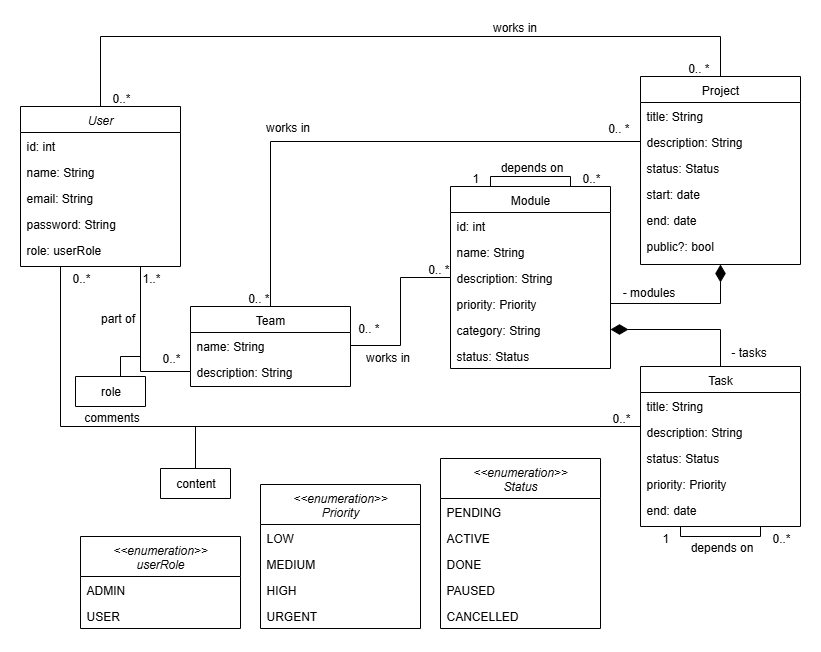
The draw.io diagram UML.png in djg16-ua/dss-julio, before a commit. Source tidied: cells renumbered, new cells last; positions are measured from the earlier drawing's top-left corner, leaving out a move shared by most shapes. Source of this version:
```xml
<mxGraphModel>
  <root>
    <mxCell id="0" />
    <mxCell id="1" parent="0" />
    <mxCell id="2" style="edgeStyle=orthogonalEdgeStyle;rounded=0;jettySize=auto;html=1;entryX=0;entryY=0.5;entryDx=0;entryDy=0;endArrow=none;endFill=0;endSize=15;startFill=0;exitX=0.75;exitY=1;exitDx=0;exitDy=0;" parent="1" edge="1" source="3" target="13">
      <mxGeometry relative="1" as="geometry" />
    </mxCell>
    <mxCell id="3" value="User" style="swimlane;fontStyle=2;align=center;verticalAlign=top;horizontal=1;startSize=26;rounded=0;shadow=0;strokeWidth=1;" parent="1" vertex="1">
      <mxGeometry y="70" width="160" height="160" as="geometry" />
    </mxCell>
    <mxCell id="4" value="id: int" style="text;align=left;verticalAlign=top;spacingLeft=4;spacingRight=4;overflow=hidden;" parent="3" vertex="1">
      <mxGeometry y="26" width="160" height="26" as="geometry" />
    </mxCell>
    <mxCell id="5" value="name: String" style="text;align=left;verticalAlign=top;spacingLeft=4;spacingRight=4;overflow=hidden;rounded=0;shadow=0;html=0;" parent="3" vertex="1">
      <mxGeometry y="52" width="160" height="26" as="geometry" />
    </mxCell>
    <mxCell id="6" value="email: String" style="text;align=left;verticalAlign=top;spacingLeft=4;spacingRight=4;overflow=hidden;rounded=0;shadow=0;html=0;" parent="3" vertex="1">
      <mxGeometry y="78" width="160" height="26" as="geometry" />
    </mxCell>
    <mxCell id="7" value="password: String" style="text;align=left;verticalAlign=top;spacingLeft=4;spacingRight=4;overflow=hidden;" parent="3" vertex="1">
      <mxGeometry y="104" width="160" height="26" as="geometry" />
    </mxCell>
    <mxCell id="8" value="role: userRole" style="text;align=left;verticalAlign=top;spacingLeft=4;spacingRight=4;overflow=hidden;" parent="3" vertex="1">
      <mxGeometry y="130" width="160" height="26" as="geometry" />
    </mxCell>
    <mxCell id="9" style="edgeStyle=orthogonalEdgeStyle;rounded=0;jettySize=auto;html=1;exitX=1;exitY=0.5;exitDx=0;exitDy=0;endArrow=none;startFill=0;entryX=0;entryY=0.5;entryDx=0;entryDy=0;" parent="1" edge="1" source="12" target="65">
      <mxGeometry relative="1" as="geometry" />
    </mxCell>
    <mxCell id="10" style="edgeStyle=orthogonalEdgeStyle;rounded=0;jettySize=auto;html=1;entryX=0;entryY=0.5;entryDx=0;entryDy=0;endArrow=none;startFill=0;" parent="1" edge="1" source="11" target="16">
      <mxGeometry relative="1" as="geometry" />
    </mxCell>
    <mxCell id="11" value="Team" style="swimlane;fontStyle=0;align=center;verticalAlign=top;horizontal=1;startSize=26;rounded=0;shadow=0;strokeWidth=1;" parent="1" vertex="1">
      <mxGeometry x="170" y="270" width="160" height="80" as="geometry" />
    </mxCell>
    <mxCell id="12" value="name: String" style="text;align=left;verticalAlign=top;spacingLeft=4;spacingRight=4;overflow=hidden;points=[[0,0.5],[1,0.5]];portConstraint=eastwest;" parent="11" vertex="1">
      <mxGeometry y="26" width="160" height="26" as="geometry" />
    </mxCell>
    <mxCell id="13" value="description: String" style="text;align=left;verticalAlign=top;spacingLeft=4;spacingRight=4;overflow=hidden;points=[[0,0.5],[1,0.5]];portConstraint=eastwest;rounded=0;shadow=0;html=0;" parent="11" vertex="1">
      <mxGeometry y="52" width="160" height="26" as="geometry" />
    </mxCell>
    <mxCell id="14" value="Project" style="swimlane;fontStyle=0;align=center;verticalAlign=top;horizontal=1;startSize=26;rounded=0;shadow=0;strokeWidth=1;" parent="1" vertex="1">
      <mxGeometry x="620" y="40" width="160" height="188" as="geometry" />
    </mxCell>
    <mxCell id="15" value="title: String" style="text;align=left;verticalAlign=top;spacingLeft=4;spacingRight=4;overflow=hidden;" parent="14" vertex="1">
      <mxGeometry y="26" width="160" height="26" as="geometry" />
    </mxCell>
    <mxCell id="16" value="description: String" style="text;align=left;verticalAlign=top;spacingLeft=4;spacingRight=4;overflow=hidden;points=[[0,0.5],[1,0.5]];portConstraint=eastwest;rounded=0;shadow=0;html=0;" parent="14" vertex="1">
      <mxGeometry y="52" width="160" height="26" as="geometry" />
    </mxCell>
    <mxCell id="17" value="status: Status" style="text;align=left;verticalAlign=top;spacingLeft=4;spacingRight=4;overflow=hidden;rounded=0;shadow=0;html=0;" parent="14" vertex="1">
      <mxGeometry y="78" width="160" height="26" as="geometry" />
    </mxCell>
    <mxCell id="18" value="start: date" style="text;align=left;verticalAlign=top;spacingLeft=4;spacingRight=4;overflow=hidden;rounded=0;shadow=0;html=0;" parent="14" vertex="1">
      <mxGeometry y="104" width="160" height="26" as="geometry" />
    </mxCell>
    <mxCell id="19" value="end: date" style="text;align=left;verticalAlign=top;spacingLeft=4;spacingRight=4;overflow=hidden;rounded=0;shadow=0;html=0;" parent="14" vertex="1">
      <mxGeometry y="130" width="160" height="26" as="geometry" />
    </mxCell>
    <mxCell id="20" value="public?: bool" style="text;align=left;verticalAlign=top;spacingLeft=4;spacingRight=4;overflow=hidden;rounded=0;shadow=0;html=0;" parent="14" vertex="1">
      <mxGeometry y="156" width="160" height="26" as="geometry" />
    </mxCell>
    <mxCell id="21" style="endArrow=none;shadow=0;strokeWidth=1;rounded=0;curved=0;endFill=1;edgeStyle=elbowEdgeStyle;elbow=vertical;exitX=0.5;exitY=0;exitDx=0;exitDy=0;entryX=0.5;entryY=0;entryDx=0;entryDy=0;startFill=0;" parent="1" edge="1" source="3" target="14">
      <mxGeometry x="0.5" y="41" relative="1" as="geometry">
        <Array as="points">
          <mxPoint x="400" />
        </Array>
        <mxPoint x="-40" y="32" as="offset" />
      </mxGeometry>
    </mxCell>
    <mxCell id="22" value="0..*" style="align=left;verticalAlign=bottom;labelBackgroundColor=none;fontSize=12;" parent="21" vertex="1">
      <mxGeometry x="-1" relative="1" as="geometry">
        <mxPoint x="10" as="offset" />
      </mxGeometry>
    </mxCell>
    <mxCell id="23" value="0.. *" style="align=right;verticalAlign=bottom;labelBackgroundColor=none;fontSize=12;" parent="21" vertex="1">
      <mxGeometry x="1" relative="1" as="geometry">
        <mxPoint x="-10" as="offset" />
      </mxGeometry>
    </mxCell>
    <mxCell id="24" value="works in" style="text;html=1;align=center;verticalAlign=middle;labelBackgroundColor=none;rounded=0;shadow=0;strokeWidth=1;fontSize=12;" parent="21" vertex="1">
      <mxGeometry x="0.5" y="49" relative="1" as="geometry">
        <mxPoint x="-65" y="39" as="offset" />
      </mxGeometry>
    </mxCell>
    <mxCell id="25" value="&lt;&lt;enumeration&gt;&gt;&#10;userRole" style="swimlane;fontStyle=2;align=center;verticalAlign=top;horizontal=1;startSize=40;rounded=0;shadow=0;strokeWidth=1;" parent="1" vertex="1">
      <mxGeometry x="60" y="500" width="160" height="92" as="geometry" />
    </mxCell>
    <mxCell id="26" value="ADMIN" style="text;align=left;verticalAlign=top;spacingLeft=4;spacingRight=4;overflow=hidden;" parent="25" vertex="1">
      <mxGeometry y="40" width="160" height="26" as="geometry" />
    </mxCell>
    <mxCell id="27" value="USER" style="text;align=left;verticalAlign=top;spacingLeft=4;spacingRight=4;overflow=hidden;rounded=0;shadow=0;html=0;" parent="25" vertex="1">
      <mxGeometry y="66" width="160" height="26" as="geometry" />
    </mxCell>
    <mxCell id="28" value="&lt;&lt;enumeration&gt;&gt;&#10;Status" style="swimlane;fontStyle=2;align=center;verticalAlign=top;horizontal=1;startSize=40;rounded=0;shadow=0;strokeWidth=1;" parent="1" vertex="1">
      <mxGeometry x="420" y="422" width="160" height="170" as="geometry" />
    </mxCell>
    <mxCell id="29" value="PENDING" style="text;align=left;verticalAlign=top;spacingLeft=4;spacingRight=4;overflow=hidden;" parent="28" vertex="1">
      <mxGeometry y="40" width="160" height="26" as="geometry" />
    </mxCell>
    <mxCell id="30" value="ACTIVE" style="text;align=left;verticalAlign=top;spacingLeft=4;spacingRight=4;overflow=hidden;rounded=0;shadow=0;html=0;" parent="28" vertex="1">
      <mxGeometry y="66" width="160" height="26" as="geometry" />
    </mxCell>
    <mxCell id="31" value="DONE" style="text;align=left;verticalAlign=top;spacingLeft=4;spacingRight=4;overflow=hidden;rounded=0;shadow=0;html=0;" parent="28" vertex="1">
      <mxGeometry y="92" width="160" height="26" as="geometry" />
    </mxCell>
    <mxCell id="32" value="PAUSED" style="text;align=left;verticalAlign=top;spacingLeft=4;spacingRight=4;overflow=hidden;rounded=0;shadow=0;html=0;" parent="28" vertex="1">
      <mxGeometry y="118" width="160" height="26" as="geometry" />
    </mxCell>
    <mxCell id="33" value="CANCELLED" style="text;align=left;verticalAlign=top;spacingLeft=4;spacingRight=4;overflow=hidden;rounded=0;shadow=0;html=0;" parent="28" vertex="1">
      <mxGeometry y="144" width="160" height="26" as="geometry" />
    </mxCell>
    <mxCell id="34" style="edgeStyle=orthogonalEdgeStyle;rounded=0;jettySize=auto;html=1;entryX=1;entryY=0.5;entryDx=0;entryDy=0;endArrow=diamondThin;endFill=1;jumpSize=6;endSize=15;" parent="1" edge="1" source="36" target="67">
      <mxGeometry relative="1" as="geometry" />
    </mxCell>
    <mxCell id="35" style="edgeStyle=orthogonalEdgeStyle;rounded=0;orthogonalLoop=1;jettySize=auto;html=1;exitX=0.25;exitY=1;exitDx=0;exitDy=0;entryX=0.75;entryY=1;entryDx=0;entryDy=0;endArrow=none;startFill=0;" parent="1" edge="1" source="36" target="36">
      <mxGeometry relative="1" as="geometry">
        <Array as="points">
          <mxPoint x="660" y="500" />
          <mxPoint x="740" y="500" />
        </Array>
      </mxGeometry>
    </mxCell>
    <mxCell id="36" value="Task" style="swimlane;fontStyle=0;align=center;verticalAlign=top;horizontal=1;startSize=26;rounded=0;shadow=0;strokeWidth=1;" parent="1" vertex="1">
      <mxGeometry x="620" y="330" width="160" height="160" as="geometry" />
    </mxCell>
    <mxCell id="37" value="title: String" style="text;align=left;verticalAlign=top;spacingLeft=4;spacingRight=4;overflow=hidden;points=[[0,0.5],[1,0.5]];portConstraint=eastwest;" parent="36" vertex="1">
      <mxGeometry y="26" width="160" height="26" as="geometry" />
    </mxCell>
    <mxCell id="38" value="description: String" style="text;align=left;verticalAlign=top;spacingLeft=4;spacingRight=4;overflow=hidden;rounded=0;shadow=0;html=0;" parent="36" vertex="1">
      <mxGeometry y="52" width="160" height="26" as="geometry" />
    </mxCell>
    <mxCell id="39" value="status: Status" style="text;align=left;verticalAlign=top;spacingLeft=4;spacingRight=4;overflow=hidden;rounded=0;shadow=0;html=0;" parent="36" vertex="1">
      <mxGeometry y="78" width="160" height="26" as="geometry" />
    </mxCell>
    <mxCell id="40" value="priority: Priority" style="text;align=left;verticalAlign=top;spacingLeft=4;spacingRight=4;overflow=hidden;rounded=0;shadow=0;html=0;" parent="36" vertex="1">
      <mxGeometry y="104" width="160" height="26" as="geometry" />
    </mxCell>
    <mxCell id="41" value="end: date" style="text;align=left;verticalAlign=top;spacingLeft=4;spacingRight=4;overflow=hidden;rounded=0;shadow=0;html=0;" parent="36" vertex="1">
      <mxGeometry y="130" width="160" height="26" as="geometry" />
    </mxCell>
    <mxCell id="42" value="&lt;&lt;enumeration&gt;&gt;&#10;Priority" style="swimlane;fontStyle=2;align=center;verticalAlign=top;horizontal=1;startSize=40;rounded=0;shadow=0;strokeWidth=1;" parent="1" vertex="1">
      <mxGeometry x="240" y="448" width="160" height="144" as="geometry" />
    </mxCell>
    <mxCell id="43" value="LOW" style="text;align=left;verticalAlign=top;spacingLeft=4;spacingRight=4;overflow=hidden;" parent="42" vertex="1">
      <mxGeometry y="40" width="160" height="26" as="geometry" />
    </mxCell>
    <mxCell id="44" value="MEDIUM" style="text;align=left;verticalAlign=top;spacingLeft=4;spacingRight=4;overflow=hidden;rounded=0;shadow=0;html=0;" parent="42" vertex="1">
      <mxGeometry y="66" width="160" height="26" as="geometry" />
    </mxCell>
    <mxCell id="45" value="HIGH" style="text;align=left;verticalAlign=top;spacingLeft=4;spacingRight=4;overflow=hidden;rounded=0;shadow=0;html=0;" parent="42" vertex="1">
      <mxGeometry y="92" width="160" height="26" as="geometry" />
    </mxCell>
    <mxCell id="46" value="URGENT" style="text;align=left;verticalAlign=top;spacingLeft=4;spacingRight=4;overflow=hidden;rounded=0;shadow=0;html=0;" parent="42" vertex="1">
      <mxGeometry y="118" width="160" height="26" as="geometry" />
    </mxCell>
    <mxCell id="47" value="part of" style="text;html=1;align=center;verticalAlign=middle;labelBackgroundColor=none;rounded=0;shadow=0;strokeWidth=1;fontSize=12;" parent="1" vertex="1">
      <mxGeometry x="90" y="280" as="geometry">
        <mxPoint x="6" y="2" as="offset" />
      </mxGeometry>
    </mxCell>
    <mxCell id="48" value="works in" style="text;html=1;align=center;verticalAlign=middle;labelBackgroundColor=none;rounded=0;shadow=0;strokeWidth=1;fontSize=12;" parent="1" vertex="1">
      <mxGeometry x="360" y="320" as="geometry">
        <mxPoint x="6" y="1" as="offset" />
      </mxGeometry>
    </mxCell>
    <mxCell id="49" value="0..*" style="align=left;verticalAlign=bottom;labelBackgroundColor=none;fontSize=12;direction=west;" parent="1" vertex="1">
      <mxGeometry x="140" y="330" as="geometry" />
    </mxCell>
    <mxCell id="50" value="1..*" style="align=left;verticalAlign=bottom;labelBackgroundColor=none;fontSize=12;direction=west;" parent="1" vertex="1">
      <mxGeometry x="120" y="250" as="geometry" />
    </mxCell>
    <mxCell id="51" value="0.. *" style="align=right;verticalAlign=bottom;labelBackgroundColor=none;fontSize=12;" parent="1" vertex="1">
      <mxGeometry x="430" y="241" as="geometry" />
    </mxCell>
    <mxCell id="52" value="0.. *" style="align=right;verticalAlign=bottom;labelBackgroundColor=none;fontSize=12;" parent="1" vertex="1">
      <mxGeometry x="360" y="300" as="geometry" />
    </mxCell>
    <mxCell id="53" style="edgeStyle=orthogonalEdgeStyle;rounded=0;jettySize=auto;html=1;exitX=0.25;exitY=1;exitDx=0;exitDy=0;endArrow=none;startFill=0;entryX=0;entryY=0.5;entryDx=0;entryDy=0;" parent="1" edge="1" source="3" target="37">
      <mxGeometry relative="1" as="geometry">
        <Array as="points">
          <mxPoint x="40" y="390" />
          <mxPoint x="620" y="390" />
        </Array>
      </mxGeometry>
    </mxCell>
    <mxCell id="54" value="0..*" style="align=left;verticalAlign=bottom;labelBackgroundColor=none;fontSize=12;" parent="1" vertex="1">
      <mxGeometry x="50" y="250" as="geometry" />
    </mxCell>
    <mxCell id="55" value="0..*" style="align=left;verticalAlign=bottom;labelBackgroundColor=none;fontSize=12;" parent="1" vertex="1">
      <mxGeometry x="590" y="390" as="geometry" />
    </mxCell>
    <mxCell id="56" value="comments" style="text;html=1;align=center;verticalAlign=middle;labelBackgroundColor=none;rounded=0;shadow=0;strokeWidth=1;fontSize=12;" parent="1" vertex="1">
      <mxGeometry x="90" y="380" as="geometry" />
    </mxCell>
    <mxCell id="57" value="- tasks" style="text;html=1;align=center;verticalAlign=middle;labelBackgroundColor=none;rounded=0;shadow=0;strokeWidth=1;fontSize=12;" parent="1" vertex="1">
      <mxGeometry x="730" y="310" as="geometry">
        <mxPoint x="-3" y="5" as="offset" />
      </mxGeometry>
    </mxCell>
    <mxCell id="58" style="edgeStyle=orthogonalEdgeStyle;rounded=0;jettySize=auto;html=1;endArrow=none;startFill=0;exitX=0.5;exitY=0;exitDx=0;exitDy=0;" parent="1" edge="1" source="59">
      <mxGeometry relative="1" as="geometry">
        <mxPoint x="175" y="390" as="targetPoint" />
      </mxGeometry>
    </mxCell>
    <mxCell id="59" style="swimlane;startSize=0;" parent="1" vertex="1">
      <mxGeometry x="140" y="432" width="70" height="30" as="geometry" />
    </mxCell>
    <mxCell id="60" value="content" style="text;html=1;align=center;verticalAlign=middle;strokeColor=none;fillColor=none;" parent="59" vertex="1">
      <mxGeometry x="5" width="60" height="30" as="geometry" />
    </mxCell>
    <mxCell id="61" style="edgeStyle=orthogonalEdgeStyle;rounded=0;orthogonalLoop=1;jettySize=auto;html=1;exitX=0.75;exitY=0;exitDx=0;exitDy=0;endArrow=none;startFill=0;entryX=0.25;entryY=0;entryDx=0;entryDy=0;" parent="1" edge="1" source="62" target="62">
      <mxGeometry relative="1" as="geometry">
        <Array as="points">
          <mxPoint x="550" y="140" />
          <mxPoint x="470" y="140" />
        </Array>
      </mxGeometry>
    </mxCell>
    <mxCell id="62" value="Module" style="swimlane;fontStyle=0;align=center;verticalAlign=top;horizontal=1;startSize=26;rounded=0;shadow=0;strokeWidth=1;" parent="1" vertex="1">
      <mxGeometry x="430" y="150" width="160" height="182" as="geometry" />
    </mxCell>
    <mxCell id="63" value="id: int" style="text;align=left;verticalAlign=top;spacingLeft=4;spacingRight=4;overflow=hidden;" parent="62" vertex="1">
      <mxGeometry y="26" width="160" height="26" as="geometry" />
    </mxCell>
    <mxCell id="64" value="name: String" style="text;align=left;verticalAlign=top;spacingLeft=4;spacingRight=4;overflow=hidden;rounded=0;shadow=0;html=0;" parent="62" vertex="1">
      <mxGeometry y="52" width="160" height="26" as="geometry" />
    </mxCell>
    <mxCell id="65" value="description: String" style="text;align=left;verticalAlign=top;spacingLeft=4;spacingRight=4;overflow=hidden;points=[[0,0.5],[1,0.5]];portConstraint=eastwest;rounded=0;shadow=0;html=0;" parent="62" vertex="1">
      <mxGeometry y="78" width="160" height="26" as="geometry" />
    </mxCell>
    <mxCell id="66" value="priority: Priority" style="text;align=left;verticalAlign=top;spacingLeft=4;spacingRight=4;overflow=hidden;points=[[0,0.5],[1,0.5]];portConstraint=eastwest;rounded=0;shadow=0;html=0;" parent="62" vertex="1">
      <mxGeometry y="104" width="160" height="26" as="geometry" />
    </mxCell>
    <mxCell id="67" value="category: String" style="text;align=left;verticalAlign=top;spacingLeft=4;spacingRight=4;overflow=hidden;points=[[0,0.5],[1,0.5]];portConstraint=eastwest;rounded=0;shadow=0;html=0;" parent="62" vertex="1">
      <mxGeometry y="130" width="160" height="26" as="geometry" />
    </mxCell>
    <mxCell id="68" value="status: Status" style="text;align=left;verticalAlign=top;spacingLeft=4;spacingRight=4;overflow=hidden;rounded=0;shadow=0;html=0;" parent="62" vertex="1">
      <mxGeometry y="156" width="160" height="26" as="geometry" />
    </mxCell>
    <mxCell id="69" value="works in" style="text;html=1;align=center;verticalAlign=middle;labelBackgroundColor=none;rounded=0;shadow=0;strokeWidth=1;fontSize=12;" parent="1" vertex="1">
      <mxGeometry x="260" y="90" as="geometry">
        <mxPoint x="6" y="1" as="offset" />
      </mxGeometry>
    </mxCell>
    <mxCell id="70" value="0.. *" style="align=right;verticalAlign=bottom;labelBackgroundColor=none;fontSize=12;" parent="1" vertex="1">
      <mxGeometry x="610" y="100" as="geometry" />
    </mxCell>
    <mxCell id="71" value="0.. *" style="align=right;verticalAlign=bottom;labelBackgroundColor=none;fontSize=12;" parent="1" vertex="1">
      <mxGeometry x="250" y="270" as="geometry" />
    </mxCell>
    <mxCell id="72" style="edgeStyle=orthogonalEdgeStyle;rounded=0;jettySize=auto;html=1;entryX=0.5;entryY=1;entryDx=0;entryDy=0;endArrow=diamondThin;endFill=1;endSize=15;" parent="1" edge="1" source="66" target="14">
      <mxGeometry relative="1" as="geometry" />
    </mxCell>
    <mxCell id="73" value="- modules" style="text;html=1;align=center;verticalAlign=middle;labelBackgroundColor=none;rounded=0;shadow=0;strokeWidth=1;fontSize=12;" parent="1" vertex="1">
      <mxGeometry x="630" y="250" as="geometry">
        <mxPoint x="-3" y="5" as="offset" />
      </mxGeometry>
    </mxCell>
    <mxCell id="74" value="depends on" style="text;html=1;align=center;verticalAlign=middle;labelBackgroundColor=none;rounded=0;shadow=0;strokeWidth=1;fontSize=12;" parent="1" vertex="1">
      <mxGeometry x="700" y="510" as="geometry" />
    </mxCell>
    <mxCell id="75" value="0..*" style="align=left;verticalAlign=bottom;labelBackgroundColor=none;fontSize=12;direction=west;" parent="1" vertex="1">
      <mxGeometry x="750" y="510" as="geometry" />
    </mxCell>
    <mxCell id="76" value="1" style="align=left;verticalAlign=bottom;labelBackgroundColor=none;fontSize=12;direction=west;" parent="1" vertex="1">
      <mxGeometry x="640" y="510" as="geometry" />
    </mxCell>
    <mxCell id="77" value="depends on" style="text;html=1;align=center;verticalAlign=middle;labelBackgroundColor=none;rounded=0;shadow=0;strokeWidth=1;fontSize=12;" parent="1" vertex="1">
      <mxGeometry x="510" y="130" as="geometry" />
    </mxCell>
    <mxCell id="78" value="1" style="align=left;verticalAlign=bottom;labelBackgroundColor=none;fontSize=12;direction=west;" parent="1" vertex="1">
      <mxGeometry x="450" y="150" as="geometry" />
    </mxCell>
    <mxCell id="79" value="0..*" style="align=left;verticalAlign=bottom;labelBackgroundColor=none;fontSize=12;direction=west;" parent="1" vertex="1">
      <mxGeometry x="560" y="150" as="geometry" />
    </mxCell>
    <mxCell id="80" style="swimlane;startSize=0;" parent="1" vertex="1">
      <mxGeometry x="55" y="340" width="70" height="30" as="geometry" />
    </mxCell>
    <mxCell id="81" style="edgeStyle=orthogonalEdgeStyle;rounded=0;jettySize=auto;html=1;endArrow=none;endFill=0;" parent="80" edge="1" source="82">
      <mxGeometry relative="1" as="geometry">
        <mxPoint x="65" y="-20" as="targetPoint" />
        <Array as="points">
          <mxPoint x="45" y="-20" />
        </Array>
      </mxGeometry>
    </mxCell>
    <mxCell id="82" value="role" style="text;html=1;align=center;verticalAlign=middle;points=[];strokeColor=none;fillColor=none;" parent="80" vertex="1">
      <mxGeometry x="15" width="40" height="30" as="geometry" />
    </mxCell>
  </root>
</mxGraphModel>
```
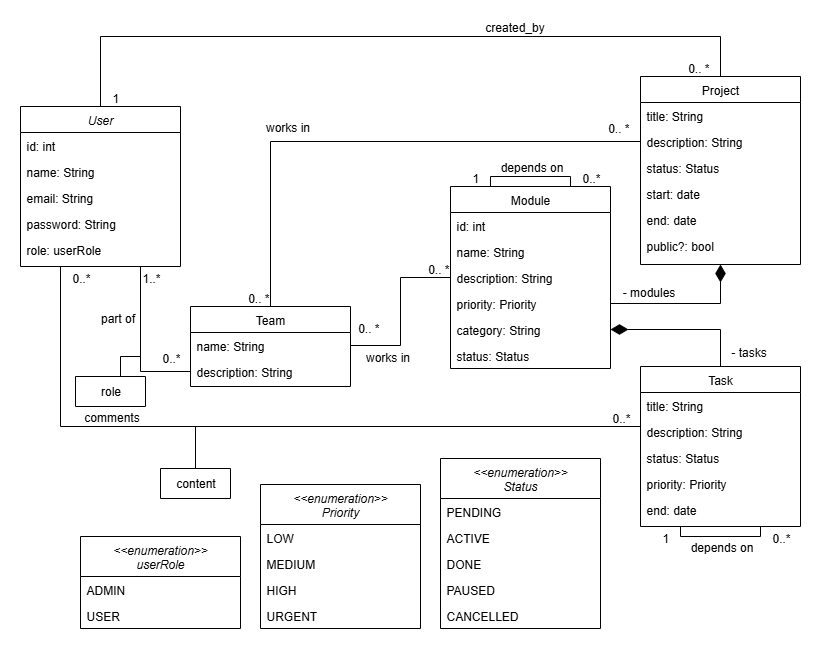
The same file after the commit.

Commit message:
Cambiada estructura de la base de datos, modificaciones en UML, migraciones ,seeders y modelos correspondientes realizadas

What changed in the source:
```diff
@@ -67,7 +67,7 @@
         <mxPoint x="-40" y="32" as="offset" />
       </mxGeometry>
     </mxCell>
-    <mxCell id="22" value="0..*" style="align=left;verticalAlign=bottom;labelBackgroundColor=none;fontSize=12;" parent="21" vertex="1">
+    <mxCell id="22" value="1" style="align=left;verticalAlign=bottom;labelBackgroundColor=none;fontSize=12;" parent="21" vertex="1">
       <mxGeometry x="-1" relative="1" as="geometry">
         <mxPoint x="10" as="offset" />
       </mxGeometry>
@@ -77,7 +77,7 @@
         <mxPoint x="-10" as="offset" />
       </mxGeometry>
     </mxCell>
-    <mxCell id="24" value="works in" style="text;html=1;align=center;verticalAlign=middle;labelBackgroundColor=none;rounded=0;shadow=0;strokeWidth=1;fontSize=12;" parent="21" vertex="1">
+    <mxCell id="24" value="created_by" style="text;html=1;align=center;verticalAlign=middle;labelBackgroundColor=none;rounded=0;shadow=0;strokeWidth=1;fontSize=12;" parent="21" vertex="1">
       <mxGeometry x="0.5" y="49" relative="1" as="geometry">
         <mxPoint x="-65" y="39" as="offset" />
       </mxGeometry>
```
